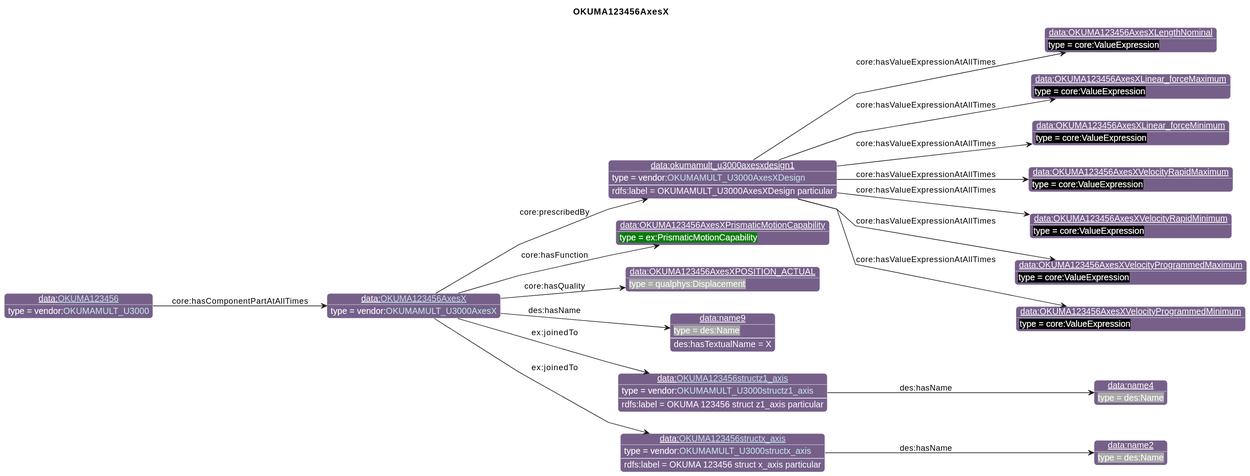
Above: diagrams/OKUMA123456AxesX.svg in iofoundry/example-syseng-mtconnect (PlantUML), before the change. Source of this version:
```plantuml
@startuml
!include ../iof.iuml

<style>
object {
  HyperlinkColor #C4E1E6
}
</style>

left to right direction
skinparam linetype polyline
title OKUMA123456AxesX

!$default_direction = down

!$namespace_colors = { "bfo":"DFA702",
                      "iof":"1E90FF",
                      "ns":"Green",
                      "ns1":"76608A",
                      "core":"000000",
                      "ex":"Green",
                      "data":"76608A",
                      "vendor":"76608A",
                      "units":"8A2D3B",
                      "cmns-dsg":"3A0519",
                      "qp":"641B2E"
      }
individual(o0, data:[[./OKUMA123456AxesX.html OKUMA123456AxesX]], vendor:[[../OKUMA.html#OKUMAMULT_U3000AxesX OKUMAMULT_U3000AxesX]])
individual(o1, data:okumamult_u3000axesxdesign1, vendor:[[../OKUMA.html#OKUMAMULT_U3000AxesXDesign OKUMAMULT_U3000AxesXDesign]])
individual(o2, data:OKUMA123456AxesXLengthNominal, core:ValueExpression)
individual(o3, data:OKUMA123456AxesXLinear_forceMaximum, core:ValueExpression)
individual(o4, data:OKUMA123456AxesXLinear_forceMinimum, core:ValueExpression)
individual(o5, data:OKUMA123456AxesXVelocityRapidMaximum, core:ValueExpression)
individual(o6, data:OKUMA123456AxesXVelocityRapidMinimum, core:ValueExpression)
individual(o7, data:OKUMA123456AxesXVelocityProgrammedMaximum, core:ValueExpression)
individual(o8, data:OKUMA123456AxesXVelocityProgrammedMinimum, core:ValueExpression)
individual(o9, data:OKUMA123456AxesXPrismaticMotionCapability, ex:PrismaticMotionCapability)
individual(o10, data:OKUMA123456AxesXPOSITION_ACTUAL, qualphys:Displacement)
individual(o11, data:name9, des:Name)
individual(o12, data:[[./OKUMA123456structz1_axis.html OKUMA123456structz1_axis]], vendor:[[../OKUMA.html#OKUMAMULT_U3000structz1_axis OKUMAMULT_U3000structz1_axis]])
individual(o13, data:name4, des:Name)
individual(o14, data:[[./OKUMA123456structx_axis.html OKUMA123456structx_axis]], vendor:[[../OKUMA.html#OKUMAMULT_U3000structx_axis OKUMAMULT_U3000structx_axis]])
individual(o15, data:name2, des:Name)
individual(o16, data:[[./OKUMA123456.html OKUMA123456]], vendor:[[../OKUMA.html#OKUMAMULT_U3000 OKUMAMULT_U3000]])
property(o0, "core:prescribedBy", o1)
data(o1, "rdfs:label", "OKUMAMULT_U3000AxesXDesign particular")
property(o1, "core:hasValueExpressionAtAllTimes", o2)
property(o1, "core:hasValueExpressionAtAllTimes", o3)
property(o1, "core:hasValueExpressionAtAllTimes", o4)
property(o1, "core:hasValueExpressionAtAllTimes", o5)
property(o1, "core:hasValueExpressionAtAllTimes", o6)
property(o1, "core:hasValueExpressionAtAllTimes", o7)
property(o1, "core:hasValueExpressionAtAllTimes", o8)
property(o0, "core:hasFunction", o9)
property(o0, "core:hasQuality", o10)
property(o0, "des:hasName", o11)
data(o11, "des:hasTextualName", "X")
property(o0, "ex:joinedTo", o12)
data(o12, "rdfs:label", "OKUMA 123456 struct z1_axis particular")
property(o12, "des:hasName", o13)
property(o0, "ex:joinedTo", o14)
data(o14, "rdfs:label", "OKUMA 123456 struct x_axis particular")
property(o14, "des:hasName", o15)
property(o16, "core:hasComponentPartAtAllTimes", o0)
@enduml
```
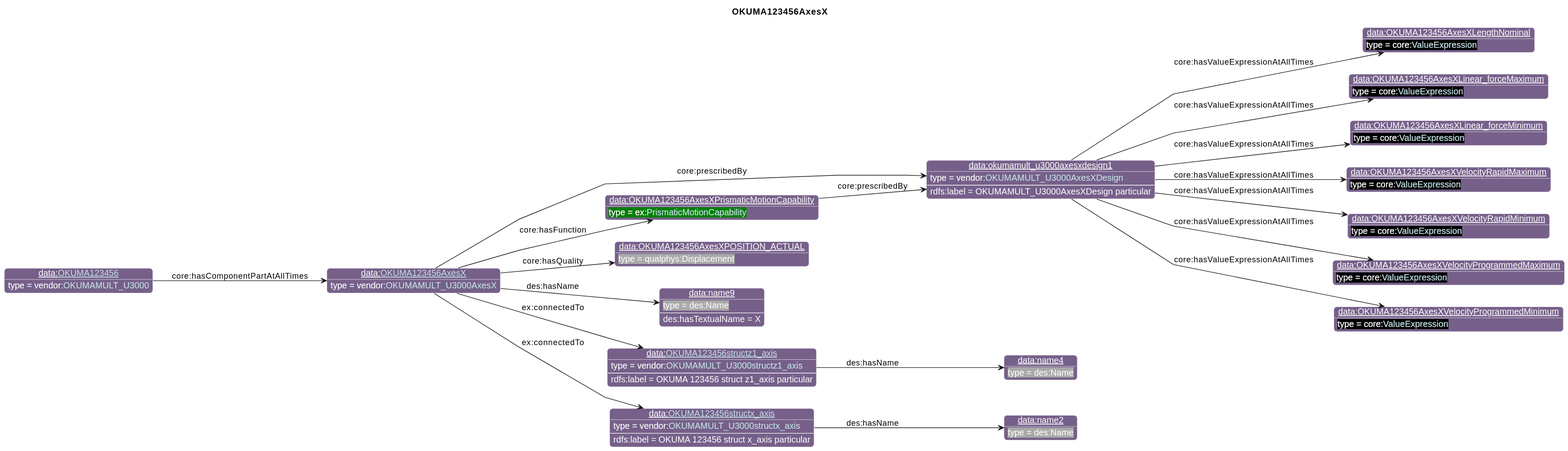
Later version of the same file.

What changed in the source:
```diff
@@ -27,14 +27,14 @@
       }
 individual(o0, data:[[./OKUMA123456AxesX.html OKUMA123456AxesX]], vendor:[[../OKUMA.html#OKUMAMULT_U3000AxesX OKUMAMULT_U3000AxesX]])
 individual(o1, data:okumamult_u3000axesxdesign1, vendor:[[../OKUMA.html#OKUMAMULT_U3000AxesXDesign OKUMAMULT_U3000AxesXDesign]])
-individual(o2, data:OKUMA123456AxesXLengthNominal, core:ValueExpression)
-individual(o3, data:OKUMA123456AxesXLinear_forceMaximum, core:ValueExpression)
-individual(o4, data:OKUMA123456AxesXLinear_forceMinimum, core:ValueExpression)
-individual(o5, data:OKUMA123456AxesXVelocityRapidMaximum, core:ValueExpression)
-individual(o6, data:OKUMA123456AxesXVelocityRapidMinimum, core:ValueExpression)
-individual(o7, data:OKUMA123456AxesXVelocityProgrammedMaximum, core:ValueExpression)
-individual(o8, data:OKUMA123456AxesXVelocityProgrammedMinimum, core:ValueExpression)
-individual(o9, data:OKUMA123456AxesXPrismaticMotionCapability, ex:PrismaticMotionCapability)
+individual(o2, data:OKUMA123456AxesXLengthNominal, core:[[https://spec.industrialontologies.org/ontology/core/Core/ValueExpression ValueExpression]])
+individual(o3, data:OKUMA123456AxesXLinear_forceMaximum, core:[[https://spec.industrialontologies.org/ontology/core/Core/ValueExpression ValueExpression]])
+individual(o4, data:OKUMA123456AxesXLinear_forceMinimum, core:[[https://spec.industrialontologies.org/ontology/core/Core/ValueExpression ValueExpression]])
+individual(o5, data:OKUMA123456AxesXVelocityRapidMaximum, core:[[https://spec.industrialontologies.org/ontology/core/Core/ValueExpression ValueExpression]])
+individual(o6, data:OKUMA123456AxesXVelocityRapidMinimum, core:[[https://spec.industrialontologies.org/ontology/core/Core/ValueExpression ValueExpression]])
+individual(o7, data:OKUMA123456AxesXVelocityProgrammedMaximum, core:[[https://spec.industrialontologies.org/ontology/core/Core/ValueExpression ValueExpression]])
+individual(o8, data:OKUMA123456AxesXVelocityProgrammedMinimum, core:[[https://spec.industrialontologies.org/ontology/core/Core/ValueExpression ValueExpression]])
+individual(o9, data:OKUMA123456AxesXPrismaticMotionCapability, ex:[[../Example.html#PrismaticMotionCapability PrismaticMotionCapability]])
 individual(o10, data:OKUMA123456AxesXPOSITION_ACTUAL, qualphys:Displacement)
 individual(o11, data:name9, des:Name)
 individual(o12, data:[[./OKUMA123456structz1_axis.html OKUMA123456structz1_axis]], vendor:[[../OKUMA.html#OKUMAMULT_U3000structz1_axis OKUMAMULT_U3000structz1_axis]])
@@ -52,13 +52,14 @@
 property(o1, "core:hasValueExpressionAtAllTimes", o7)
 property(o1, "core:hasValueExpressionAtAllTimes", o8)
 property(o0, "core:hasFunction", o9)
+property(o9, "core:prescribedBy", o1)
 property(o0, "core:hasQuality", o10)
 property(o0, "des:hasName", o11)
 data(o11, "des:hasTextualName", "X")
-property(o0, "ex:joinedTo", o12)
+property(o0, "ex:connectedTo", o12)
 data(o12, "rdfs:label", "OKUMA 123456 struct z1_axis particular")
 property(o12, "des:hasName", o13)
-property(o0, "ex:joinedTo", o14)
+property(o0, "ex:connectedTo", o14)
 data(o14, "rdfs:label", "OKUMA 123456 struct x_axis particular")
 property(o14, "des:hasName", o15)
 property(o16, "core:hasComponentPartAtAllTimes", o0)
```
